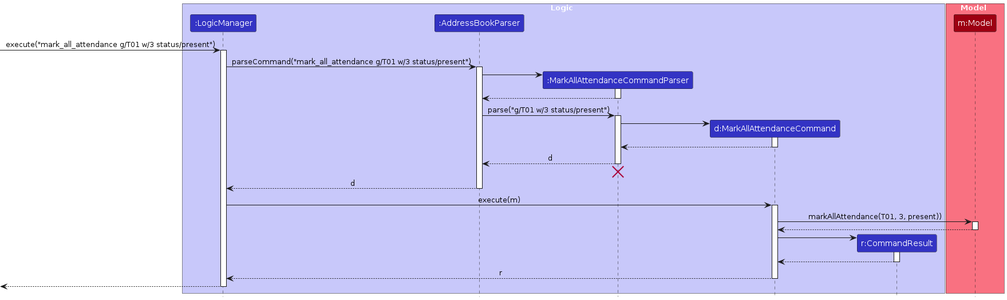
Above: diagrams/MarkAllAttendanceSequenceDiagram.png in AY2526S1-CS2103T-W11-1/tp (PlantUML), before the change. Its source is kept beside it as diagrams/MarkAllAttendanceSequenceDiagram.puml.
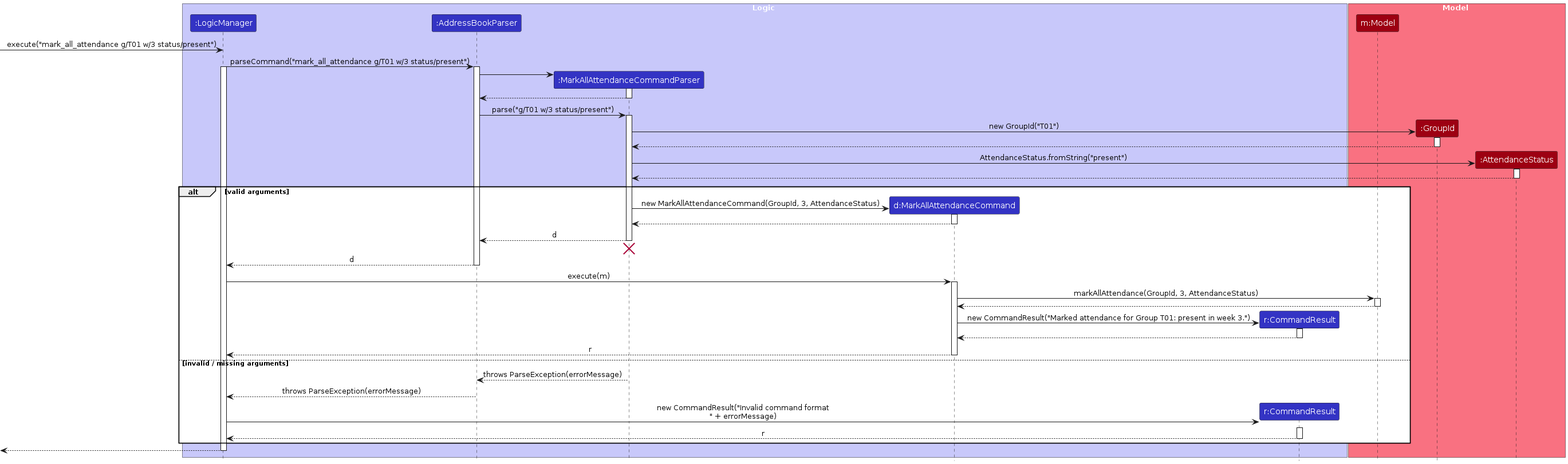
The same diagram one commit later.

Diff of the diagram source:
```diff
@@ -12,12 +12,14 @@
 
 box Model MODEL_COLOR_T1
 participant "m:Model" as Model MODEL_COLOR
+participant ":GroupId" as GroupId MODEL_COLOR
+participant ":AttendanceStatus" as AttendanceStatus MODEL_COLOR
 end box
 
 [-> LogicManager : execute("mark_all_attendance g/T01 w/3 status/present")
-activate LogicManager
 
 LogicManager -> AddressBookParser : parseCommand("mark_all_attendance g/T01 w/3 status/present")
+activate LogicManager
 activate AddressBookParser
 
 create MarkAllAttendanceCommandParser
@@ -30,40 +32,64 @@
 AddressBookParser -> MarkAllAttendanceCommandParser : parse("g/T01 w/3 status/present")
 activate MarkAllAttendanceCommandParser
 
-create MarkAllAttendanceCommand
-MarkAllAttendanceCommandParser -> MarkAllAttendanceCommand
-activate MarkAllAttendanceCommand
+create GroupId
+MarkAllAttendanceCommandParser -> GroupId : new GroupId("T01")
+activate GroupId
+GroupId --> MarkAllAttendanceCommandParser
+deactivate GroupId
 
-MarkAllAttendanceCommand --> MarkAllAttendanceCommandParser :
-deactivate MarkAllAttendanceCommand
+create AttendanceStatus
+MarkAllAttendanceCommandParser -> AttendanceStatus : AttendanceStatus.fromString("present")
+activate AttendanceStatus
+AttendanceStatus --> MarkAllAttendanceCommandParser
+deactivate AttendanceStatus
 
-MarkAllAttendanceCommandParser --> AddressBookParser : d
-deactivate MarkAllAttendanceCommandParser
-MarkAllAttendanceCommandParser -[hidden]-> AddressBookParser
-destroy MarkAllAttendanceCommandParser
+alt valid arguments
+    create MarkAllAttendanceCommand
+    MarkAllAttendanceCommandParser -> MarkAllAttendanceCommand : new MarkAllAttendanceCommand(GroupId, 3, AttendanceStatus)
+    activate MarkAllAttendanceCommand
+    MarkAllAttendanceCommand --> MarkAllAttendanceCommandParser
+    deactivate MarkAllAttendanceCommand
 
-AddressBookParser --> LogicManager : d
-deactivate AddressBookParser
+    MarkAllAttendanceCommandParser --> AddressBookParser : d
+    deactivate MarkAllAttendanceCommandParser
+    MarkAllAttendanceCommandParser -[hidden]-> AddressBookParser
+    destroy MarkAllAttendanceCommandParser
 
-LogicManager -> MarkAllAttendanceCommand : execute(m)
-activate MarkAllAttendanceCommand
+    AddressBookParser --> LogicManager : d
+    deactivate AddressBookParser
 
-MarkAllAttendanceCommand -> Model : markAllAttendance(T01, 3, present))
-activate Model
+    LogicManager -> MarkAllAttendanceCommand : execute(m)
+    activate MarkAllAttendanceCommand
 
-Model --> MarkAllAttendanceCommand
-deactivate Model
+    MarkAllAttendanceCommand -> Model : markAllAttendance(GroupId, 3, AttendanceStatus)
+    activate Model
+    Model --> MarkAllAttendanceCommand
+    deactivate Model
 
-create CommandResult
-MarkAllAttendanceCommand -> CommandResult
-activate CommandResult
+    create CommandResult
+    MarkAllAttendanceCommand -> CommandResult : new CommandResult("Marked attendance for Group T01: present in week 3.")
+    activate CommandResult
+    CommandResult --> MarkAllAttendanceCommand
+    deactivate CommandResult
 
-CommandResult --> MarkAllAttendanceCommand
-deactivate CommandResult
+    MarkAllAttendanceCommand --> LogicManager : r
+    deactivate MarkAllAttendanceCommand
+else invalid / missing arguments
+    MarkAllAttendanceCommandParser --> AddressBookParser : throws ParseException(errorMessage)
+    deactivate MarkAllAttendanceCommandParser
 
-MarkAllAttendanceCommand --> LogicManager : r
-deactivate MarkAllAttendanceCommand
+    AddressBookParser --> LogicManager : throws ParseException(errorMessage)
+    deactivate AddressBookParser
+
+    create CommandResult
+    LogicManager -> CommandResult : new CommandResult("Invalid command format\n" + errorMessage)
+    activate CommandResult
+    CommandResult --> LogicManager : r
+    deactivate CommandResult
+end
 
 [<--LogicManager
 deactivate LogicManager
+
 @enduml
```
